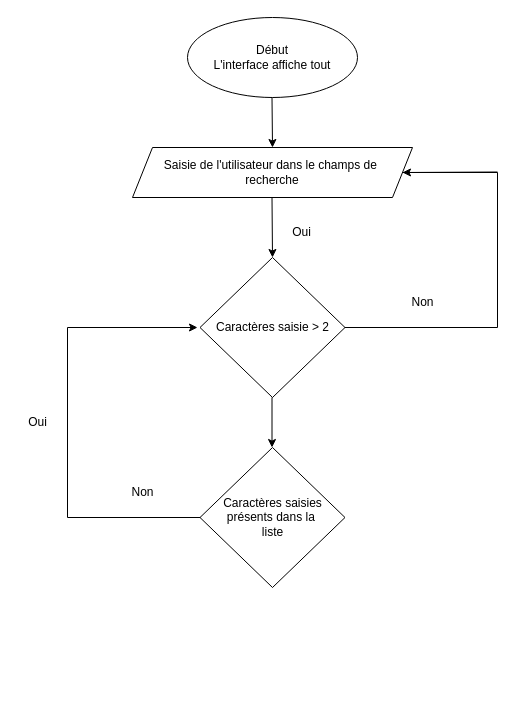
Before: diagram-P7.drawio in GillesQuodbach/p7_les_petits_plats, a draw.io diagram. Source tidied: cells renumbered, new cells numbered last; positions are measured from the earlier drawing's top-left corner, leaving out a move shared by most shapes. Both pictures are drawn from the tidied source at 100%, with x=0, y=0 at pixel (17, 17).
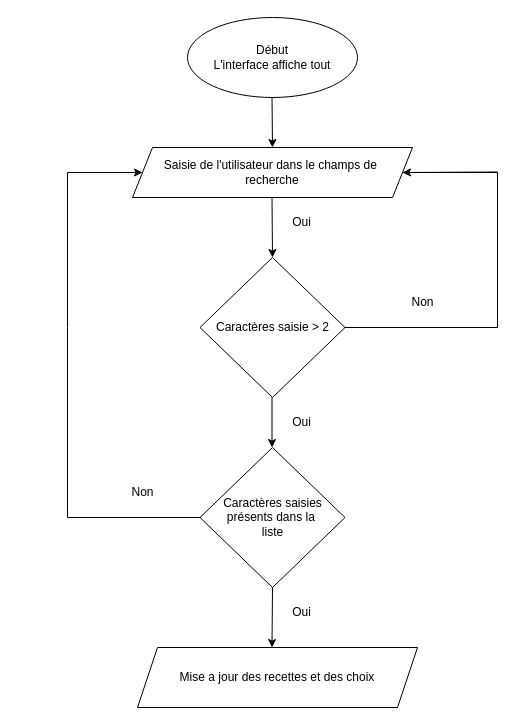
After the change.

Commit message (it also covers changes not shown here):
Mettre à jour diagram-P7.drawio

Unchanged cells that the change refers to:
```xml
<mxCell id="4" value="Saisie de l'utilisateur dans le champs de&amp;nbsp;&lt;br&gt;recherche" style="shape=parallelogram;perimeter=parallelogramPerimeter;whiteSpace=wrap;html=1;fixedSize=1;" parent="1" vertex="1">
  <mxGeometry x="115" y="130" width="280" height="50" as="geometry" />
</mxCell>
<mxCell id="12" value="Caractères saisies&lt;br&gt;présents dans la&amp;nbsp;&lt;br&gt;liste" style="rhombus;whiteSpace=wrap;html=1;" parent="1" vertex="1">
  <mxGeometry x="182.5" y="430" width="145" height="140" as="geometry" />
</mxCell>
```

What changed in the source:
```diff
@@
-    <mxCell id="14" style="endArrow=classic;html=1;rounded=0;" parent="1" edge="1">
+    <mxCell id="14" style="endArrow=classic;html=1;rounded=0;entryX=0;entryY=0.5;entryDx=0;entryDy=0;" parent="1" edge="1" target="4">
       <mxGeometry relative="1" as="geometry">
         <mxPoint x="50" y="310" as="sourcePoint" />
-        <mxPoint x="180" y="310" as="targetPoint" />
+        <Array as="points">
+          <mxPoint x="50" y="155" />
+        </Array>
       </mxGeometry>
     </mxCell>
@@
     <mxCell id="16" value="Oui" style="text;html=1;align=center;verticalAlign=middle;strokeColor=none;fillColor=none;rotation=0;" parent="1" vertex="1">
-      <mxGeometry x="264" y="200" width="40" height="30" as="geometry" />
+      <mxGeometry x="264" y="190" width="40" height="30" as="geometry" />
     </mxCell>
     <mxCell id="17" value="Oui" style="text;html=1;align=center;verticalAlign=middle;strokeColor=none;fillColor=none;rotation=0;" parent="1" vertex="1">
-      <mxGeometry y="390" width="40" height="30" as="geometry" />
+      <mxGeometry x="264" y="390" width="40" height="30" as="geometry" />
     </mxCell>
+    <mxCell id="18" style="endArrow=classic;html=1;rounded=0;exitX=0.5;exitY=1;exitDx=0;exitDy=0;" parent="1" edge="1" source="12">
+      <mxGeometry relative="1" as="geometry">
+        <mxPoint x="254.5" y="630" as="targetPoint" />
+      </mxGeometry>
+    </mxCell>
+    <mxCell id="19" value="Oui" style="text;html=1;align=center;verticalAlign=middle;strokeColor=none;fillColor=none;rotation=0;" parent="1" vertex="1">
+      <mxGeometry x="264" y="580" width="40" height="30" as="geometry" />
+    </mxCell>
+    <mxCell id="20" value="Mise a jour des recettes et des choix" style="shape=parallelogram;perimeter=parallelogramPerimeter;whiteSpace=wrap;html=1;fixedSize=1;" parent="1" vertex="1">
+      <mxGeometry x="120" y="630" width="280" height="60" as="geometry" />
+    </mxCell>
```
